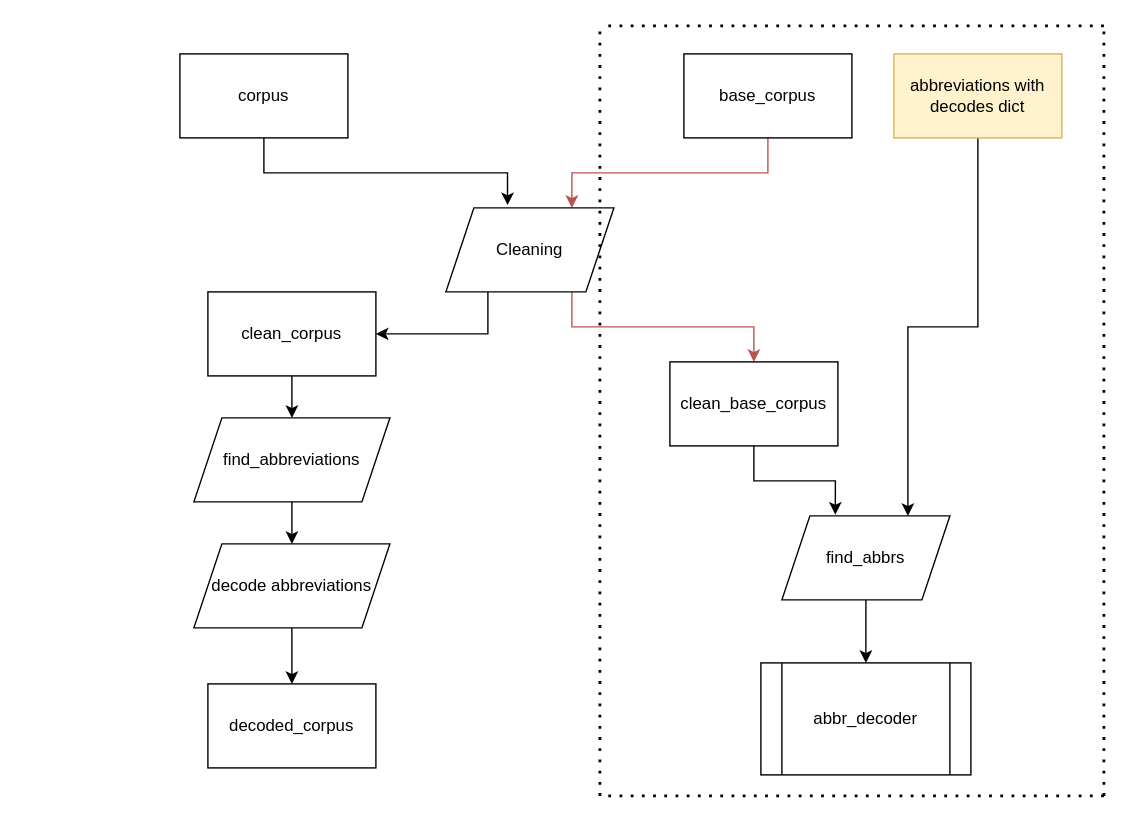
Above: Untitled Diagram.drawio in EgorovM/abbreviations_decode (draw.io), before the change. Source tidied: cells renumbered, new cells numbered last; positions are measured from the earlier drawing's top-left corner, leaving out a move shared by most shapes. Both pictures are drawn from the tidied source at 140%, with x=0, y=0 at pixel (179, 25).
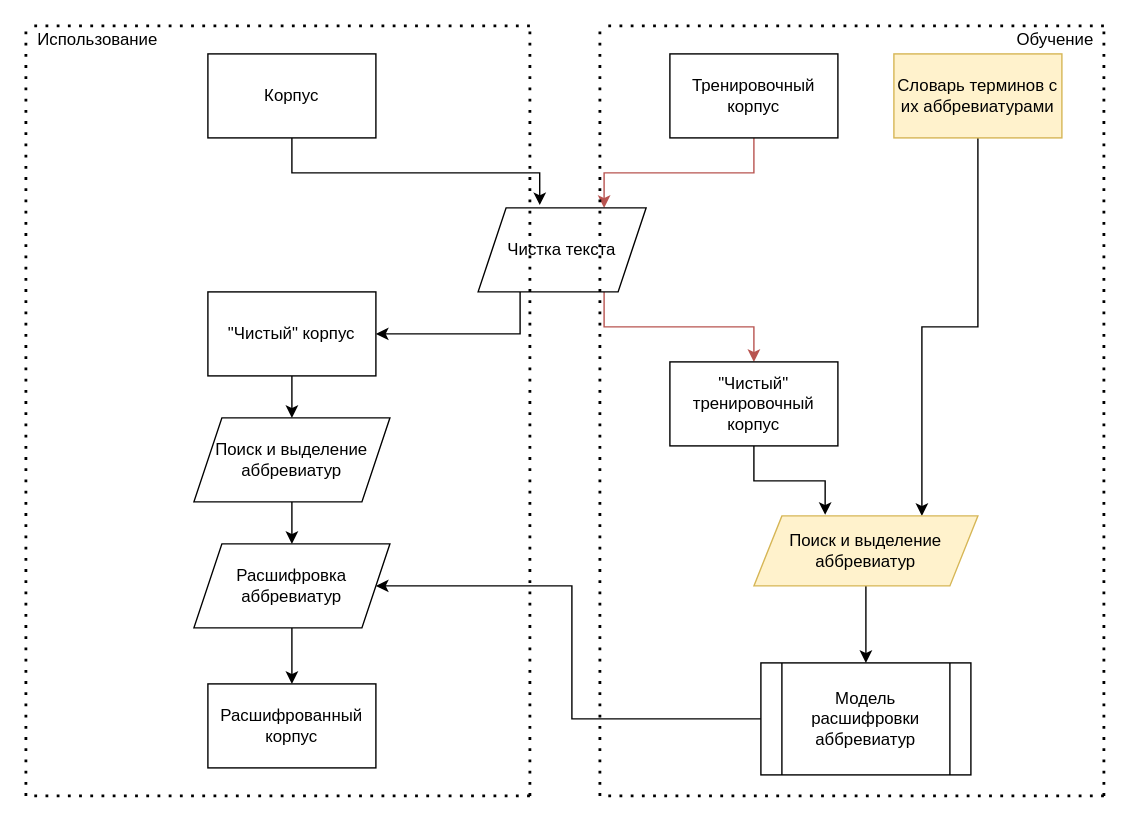
The same page after the edit.

What changed in the source:
```diff
@@
-    <mxCell id="3" value="base_corpus" style="rounded=0;whiteSpace=wrap;html=1;" parent="1" vertex="1">
-      <mxGeometry x="360" y="20" width="120" height="60" as="geometry" />
-    </mxCell>
@@
-    <mxCell id="5" value="corpus" style="rounded=0;whiteSpace=wrap;html=1;" parent="1" vertex="1">
-      <mxGeometry y="20" width="120" height="60" as="geometry" />
-    </mxCell>
@@
-    <mxCell id="7" value="abbreviations with decodes dict" style="rounded=0;whiteSpace=wrap;html=1;fillColor=#fff2cc;strokeColor=#d6b656;" parent="1" vertex="1">
+    <mxCell id="7" value="Словарь терминов с их аббревиатурами" style="rounded=0;whiteSpace=wrap;html=1;fillColor=#fff2cc;strokeColor=#d6b656;" parent="1" vertex="1">
       <mxGeometry x="510" y="20" width="120" height="60" as="geometry" />
     </mxCell>
@@
-    <mxCell id="10" value="Cleaning" style="shape=parallelogram;perimeter=parallelogramPerimeter;whiteSpace=wrap;html=1;fixedSize=1;" parent="1" vertex="1">
-      <mxGeometry x="190" y="130" width="120" height="60" as="geometry" />
+    <mxCell id="10" value="Чистка текста" style="shape=parallelogram;perimeter=parallelogramPerimeter;whiteSpace=wrap;html=1;fixedSize=1;" parent="1" vertex="1">
+      <mxGeometry x="213" y="130" width="120" height="60" as="geometry" />
     </mxCell>
@@
-    <mxCell id="12" value="clean_base_corpus" style="rounded=0;whiteSpace=wrap;html=1;" parent="1" vertex="1">
+    <mxCell id="12" value="&quot;Чистый&quot; тренировочный корпус" style="rounded=0;whiteSpace=wrap;html=1;" parent="1" vertex="1">
       <mxGeometry x="350" y="240" width="120" height="60" as="geometry" />
     </mxCell>
@@
-    <mxCell id="14" value="clean_corpus" style="rounded=0;whiteSpace=wrap;html=1;" parent="1" vertex="1">
+    <mxCell id="14" value="&quot;Чистый&quot; корпус" style="rounded=0;whiteSpace=wrap;html=1;" parent="1" vertex="1">
       <mxGeometry x="20" y="190" width="120" height="60" as="geometry" />
     </mxCell>
-    <mxCell id="15" style="endArrow=none;dashed=1;html=1;dashPattern=1 3;strokeWidth=2;" parent="1" edge="1">
-      <mxGeometry relative="1" as="geometry">
-        <mxPoint x="300" y="550" as="sourcePoint" />
-        <mxPoint x="300" as="targetPoint" />
-      </mxGeometry>
-    </mxCell>
-    <mxCell id="16" style="endArrow=none;dashed=1;html=1;dashPattern=1 3;strokeWidth=2;" parent="1" edge="1">
-      <mxGeometry relative="1" as="geometry">
-        <mxPoint x="660" y="550" as="sourcePoint" />
-        <mxPoint x="300" y="550" as="targetPoint" />
-      </mxGeometry>
-    </mxCell>
-    <mxCell id="17" style="endArrow=none;dashed=1;html=1;dashPattern=1 3;strokeWidth=2;" parent="1" edge="1">
-      <mxGeometry relative="1" as="geometry">
-        <mxPoint x="660" as="sourcePoint" />
-        <mxPoint x="300" as="targetPoint" />
-      </mxGeometry>
-    </mxCell>
-    <mxCell id="18" style="endArrow=none;dashed=1;html=1;dashPattern=1 3;strokeWidth=2;" parent="1" edge="1">
-      <mxGeometry relative="1" as="geometry">
-        <mxPoint x="660" y="550" as="sourcePoint" />
-        <mxPoint x="660" as="targetPoint" />
-      </mxGeometry>
-    </mxCell>
@@
-    <mxCell id="20" value="find_abbreviations" style="shape=parallelogram;perimeter=parallelogramPerimeter;whiteSpace=wrap;html=1;fixedSize=1;" parent="1" vertex="1">
+    <mxCell id="20" value="Поиск и выделение аббревиатур" style="shape=parallelogram;perimeter=parallelogramPerimeter;whiteSpace=wrap;html=1;fixedSize=1;" parent="1" vertex="1">
       <mxGeometry x="10" y="280" width="140" height="60" as="geometry" />
     </mxCell>
@@
-    <mxCell id="22" value="decode abbreviations" style="shape=parallelogram;perimeter=parallelogramPerimeter;whiteSpace=wrap;html=1;fixedSize=1;" parent="1" vertex="1">
+    <mxCell id="22" value="Расшифровка аббревиатур" style="shape=parallelogram;perimeter=parallelogramPerimeter;whiteSpace=wrap;html=1;fixedSize=1;" parent="1" vertex="1">
       <mxGeometry x="10" y="370" width="140" height="60" as="geometry" />
     </mxCell>
-    <mxCell id="23" value="decoded_corpus" style="rounded=0;whiteSpace=wrap;html=1;" parent="1" vertex="1">
+    <mxCell id="23" value="Расшифрованный корпус" style="rounded=0;whiteSpace=wrap;html=1;" parent="1" vertex="1">
       <mxGeometry x="20" y="470" width="120" height="60" as="geometry" />
     </mxCell>
+    <mxCell id="27" style="edgeStyle=orthogonalEdgeStyle;rounded=0;jettySize=auto;html=1;exitX=0;exitY=0.5;exitDx=0;exitDy=0;entryX=1;entryY=0.5;entryDx=0;entryDy=0;" parent="1" edge="1" source="24" target="22">
+      <mxGeometry relative="1" as="geometry">
+        <Array as="points">
+          <mxPoint x="280" y="495" />
+          <mxPoint x="280" y="400" />
+        </Array>
+      </mxGeometry>
+    </mxCell>
-    <mxCell id="24" value="abbr_decoder" style="shape=process;whiteSpace=wrap;html=1;backgroundOutline=1;" parent="1" vertex="1">
+    <mxCell id="24" value="Модель расшифровки аббревиатур" style="shape=process;whiteSpace=wrap;html=1;backgroundOutline=1;" parent="1" vertex="1">
       <mxGeometry x="415" y="455" width="150" height="80" as="geometry" />
     </mxCell>
@@
-    <mxCell id="26" value="find_abbrs" style="shape=parallelogram;perimeter=parallelogramPerimeter;whiteSpace=wrap;html=1;fixedSize=1;" parent="1" vertex="1">
-      <mxGeometry x="430" y="350" width="120" height="60" as="geometry" />
+    <mxCell id="26" value="Поиск и выделение аббревиатур" style="shape=parallelogram;perimeter=parallelogramPerimeter;whiteSpace=wrap;html=1;fixedSize=1;fillColor=#fff2cc;strokeColor=#d6b656;" parent="1" vertex="1">
+      <mxGeometry x="410" y="350" width="160" height="50" as="geometry" />
     </mxCell>
+    <mxCell id="28" style="group;" parent="1" vertex="1">
+      <mxGeometry x="-110" width="360" height="550" as="geometry" />
+    </mxCell>
+    <mxCell id="29" style="endArrow=none;dashed=1;html=1;dashPattern=1 3;strokeWidth=2;" parent="28" edge="1">
+      <mxGeometry relative="1" as="geometry">
+        <mxPoint y="550" as="sourcePoint" />
+        <mxPoint as="targetPoint" />
+      </mxGeometry>
+    </mxCell>
+    <mxCell id="30" style="endArrow=none;dashed=1;html=1;dashPattern=1 3;strokeWidth=2;" parent="28" edge="1">
+      <mxGeometry relative="1" as="geometry">
+        <mxPoint x="360" y="550" as="sourcePoint" />
+        <mxPoint y="550" as="targetPoint" />
+      </mxGeometry>
+    </mxCell>
+    <mxCell id="31" style="endArrow=none;dashed=1;html=1;dashPattern=1 3;strokeWidth=2;" parent="28" edge="1">
+      <mxGeometry relative="1" as="geometry">
+        <mxPoint x="360" as="sourcePoint" />
+        <mxPoint as="targetPoint" />
+      </mxGeometry>
+    </mxCell>
+    <mxCell id="32" style="endArrow=none;dashed=1;html=1;dashPattern=1 3;strokeWidth=2;" parent="28" edge="1">
+      <mxGeometry relative="1" as="geometry">
+        <mxPoint x="360" y="550" as="sourcePoint" />
+        <mxPoint x="360" as="targetPoint" />
+      </mxGeometry>
+    </mxCell>
+    <mxCell id="33" value="Использование" style="text;html=1;align=center;verticalAlign=middle;" parent="28" vertex="1">
+      <mxGeometry x="0.5" width="100" height="20" as="geometry" />
+    </mxCell>
+    <mxCell id="5" value="Корпус" style="rounded=0;whiteSpace=wrap;html=1;" parent="28" vertex="1">
+      <mxGeometry x="130" y="20" width="120" height="60" as="geometry" />
+    </mxCell>
+    <mxCell id="34" style="group;" parent="1" vertex="1">
+      <mxGeometry x="300" width="360" height="550" as="geometry" />
+    </mxCell>
+    <mxCell id="15" style="endArrow=none;dashed=1;html=1;dashPattern=1 3;strokeWidth=2;" parent="34" edge="1">
+      <mxGeometry relative="1" as="geometry">
+        <mxPoint y="550" as="sourcePoint" />
+        <mxPoint as="targetPoint" />
+      </mxGeometry>
+    </mxCell>
+    <mxCell id="16" style="endArrow=none;dashed=1;html=1;dashPattern=1 3;strokeWidth=2;" parent="34" edge="1">
+      <mxGeometry relative="1" as="geometry">
+        <mxPoint x="360" y="550" as="sourcePoint" />
+        <mxPoint y="550" as="targetPoint" />
+      </mxGeometry>
+    </mxCell>
+    <mxCell id="17" style="endArrow=none;dashed=1;html=1;dashPattern=1 3;strokeWidth=2;" parent="34" edge="1">
+      <mxGeometry relative="1" as="geometry">
+        <mxPoint x="360" as="sourcePoint" />
+        <mxPoint as="targetPoint" />
+      </mxGeometry>
+    </mxCell>
+    <mxCell id="18" style="endArrow=none;dashed=1;html=1;dashPattern=1 3;strokeWidth=2;" parent="34" edge="1">
+      <mxGeometry relative="1" as="geometry">
+        <mxPoint x="360" y="550" as="sourcePoint" />
+        <mxPoint x="360" as="targetPoint" />
+      </mxGeometry>
+    </mxCell>
+    <mxCell id="35" value="Обучение" style="text;html=1;align=center;verticalAlign=middle;" parent="34" vertex="1">
+      <mxGeometry x="290" width="70" height="20" as="geometry" />
+    </mxCell>
+    <mxCell id="3" value="Тренировочный корпус" style="rounded=0;whiteSpace=wrap;html=1;" parent="34" vertex="1">
+      <mxGeometry x="50" y="20" width="120" height="60" as="geometry" />
+    </mxCell>
```
